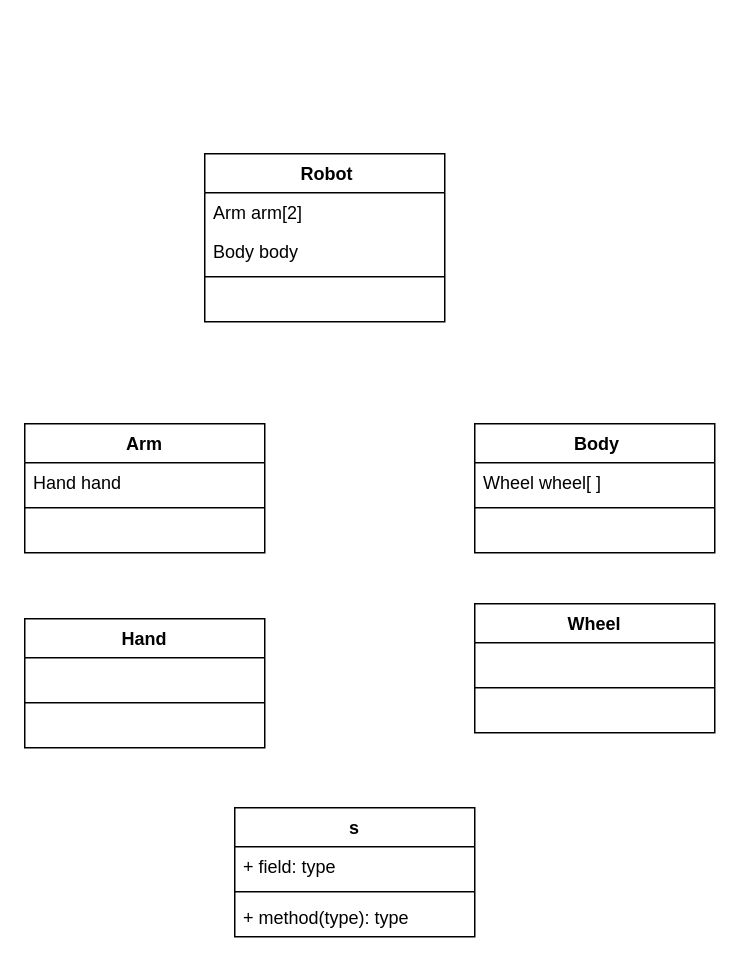
The draw.io diagram 객체 설계 문제-10주차.drawio in skatld123/NSH, before the edit. Source tidied: cells renumbered, new cells numbered last; positions are measured from the earlier drawing's top-left corner, leaving out a move shared by most shapes. Both pictures are drawn from the tidied source at 150%, with x=0, y=0 at pixel (24, 153).
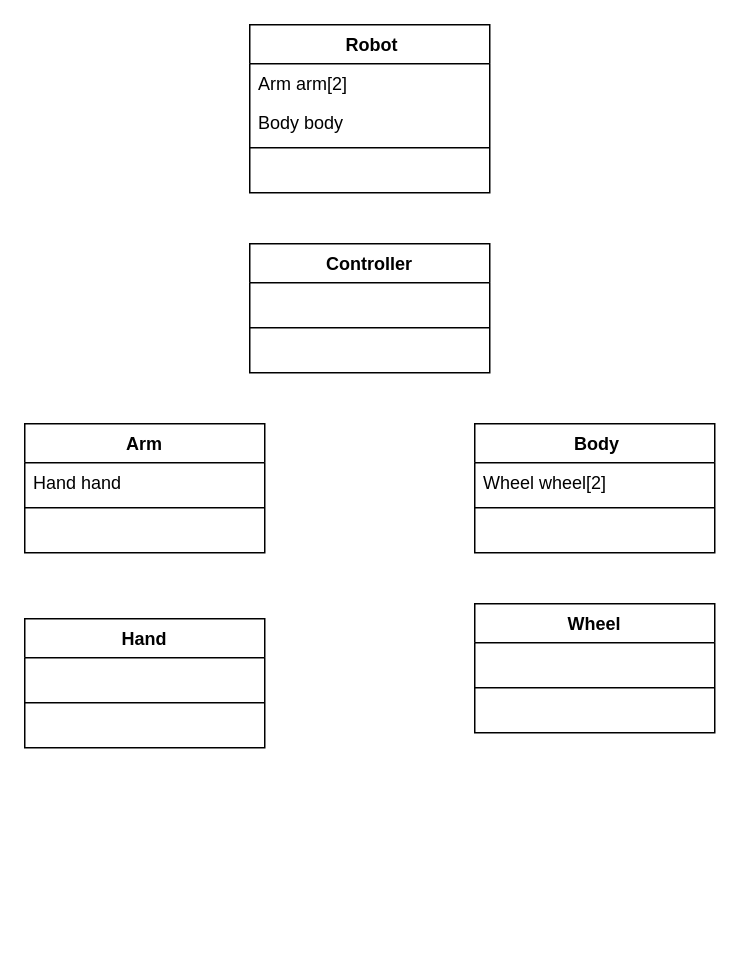
The same diagram, later.

Commit message:
객체 설계 문제-10주차.drawio 업데이트

Unchanged cells that the change refers to:
```xml
<mxCell id="15" value=" Body" style="swimlane;fontStyle=1;align=center;verticalAlign=top;horizontal=1;startSize=26;" parent="1" vertex="1">
  <mxGeometry x="300" y="180" width="160" height="86" as="geometry" />
</mxCell>
```

The edit, as a diff of the source:
```diff
@@
     <mxCell id="2" value=" Robot" style="swimlane;fontStyle=1;align=center;verticalAlign=top;horizontal=1;startSize=26;" parent="1" vertex="1">
-      <mxGeometry x="120" width="160" height="112" as="geometry" />
+      <mxGeometry x="150" y="-86" width="160" height="112" as="geometry" />
     </mxCell>
@@
-    <mxCell id="16" value="Wheel wheel[ ]" style="text;strokeColor=none;fillColor=none;align=left;verticalAlign=top;spacingLeft=4;spacingRight=4;overflow=hidden;" parent="15" vertex="1">
+    <mxCell id="16" value="Wheel wheel[2]" style="text;strokeColor=none;fillColor=none;align=left;verticalAlign=top;spacingLeft=4;spacingRight=4;overflow=hidden;" parent="15" vertex="1">
       <mxGeometry y="26" width="160" height="26" as="geometry" />
     </mxCell>
@@
-    <mxCell id="23" value="s" style="swimlane;fontStyle=1;align=center;verticalAlign=top;horizontal=1;startSize=26;" parent="1" vertex="1">
-      <mxGeometry x="140" y="436" width="160" height="86" as="geometry" />
+    <mxCell id="23" value="Controller" style="swimlane;fontStyle=1;align=center;verticalAlign=top;horizontal=1;startSize=26;" parent="1" vertex="1">
+      <mxGeometry x="150" y="60" width="160" height="86" as="geometry" />
     </mxCell>
-    <mxCell id="24" value="+ field: type" style="text;strokeColor=none;fillColor=none;align=left;verticalAlign=top;spacingLeft=4;spacingRight=4;overflow=hidden;" parent="23" vertex="1">
+    <mxCell id="24" value=" " style="text;strokeColor=none;fillColor=none;align=left;verticalAlign=top;spacingLeft=4;spacingRight=4;overflow=hidden;" parent="23" vertex="1">
       <mxGeometry y="26" width="160" height="26" as="geometry" />
     </mxCell>
@@
-    <mxCell id="26" value="+ method(type): type" style="text;strokeColor=none;fillColor=none;align=left;verticalAlign=top;spacingLeft=4;spacingRight=4;overflow=hidden;" parent="23" vertex="1">
+    <mxCell id="26" value=" " style="text;strokeColor=none;fillColor=none;align=left;verticalAlign=top;spacingLeft=4;spacingRight=4;overflow=hidden;" parent="23" vertex="1">
       <mxGeometry y="60" width="160" height="26" as="geometry" />
     </mxCell>
```
